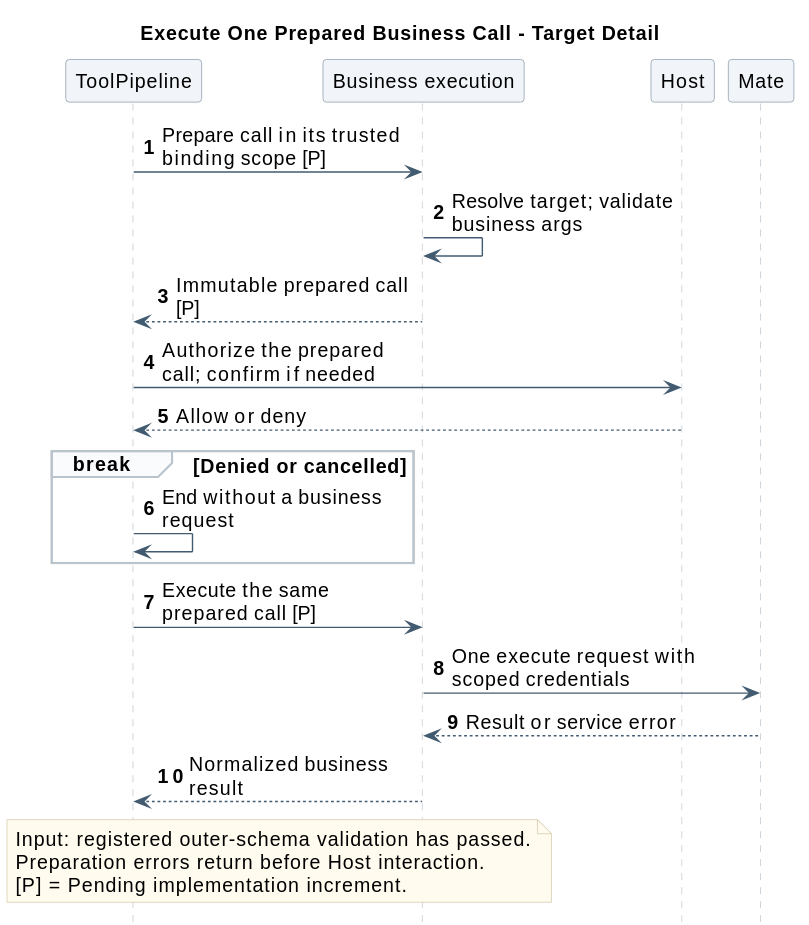
Above: 01-总体架构/02-CampusClaw工具系统/call_mate_tool_sequence.svg in ssm0808/pi-mono-java-design (PlantUML), before the change. The source it was exported from:
```plantuml
@startuml
skinparam backgroundColor white
skinparam defaultFontName SansSerif
skinparam defaultFontSize 14
skinparam shadowing false
skinparam sequenceMessageAlign left
skinparam maxMessageSize 180
skinparam sequenceArrowColor #425B70
skinparam sequenceLifeLineBorderColor #BAC4CC
skinparam sequenceParticipantBackgroundColor #F1F5F9
skinparam sequenceParticipantBorderColor #8496A4
skinparam sequenceGroupBackgroundColor #FAFBFC
skinparam sequenceGroupBorderColor #BAC4CC
skinparam noteBackgroundColor #FFFBEF
skinparam noteBorderColor #D2C6A5
hide footbox
autonumber

title Execute One Prepared Business Call - Target Detail
participant ToolPipeline as Pipeline
participant "Business execution" as Execution
participant Host
participant Mate
Pipeline -> Execution : Prepare call in its trusted binding scope [P]
Execution -> Execution : Resolve target; validate business args
Execution --> Pipeline : Immutable prepared call [P]
Pipeline -> Host : Authorize the prepared call; confirm if needed
Host --> Pipeline : Allow or deny
break Denied or cancelled
  Pipeline -> Pipeline : End without a business request
end
Pipeline -> Execution : Execute the same prepared call [P]
Execution -> Mate : One execute request with scoped credentials
Mate --> Execution : Result or service error
Execution --> Pipeline : Normalized business result
note over Pipeline,Execution
  Input: registered outer-schema validation has passed.
  Preparation errors return before Host interaction.
  [P] = Pending implementation increment.
end note
@enduml
```
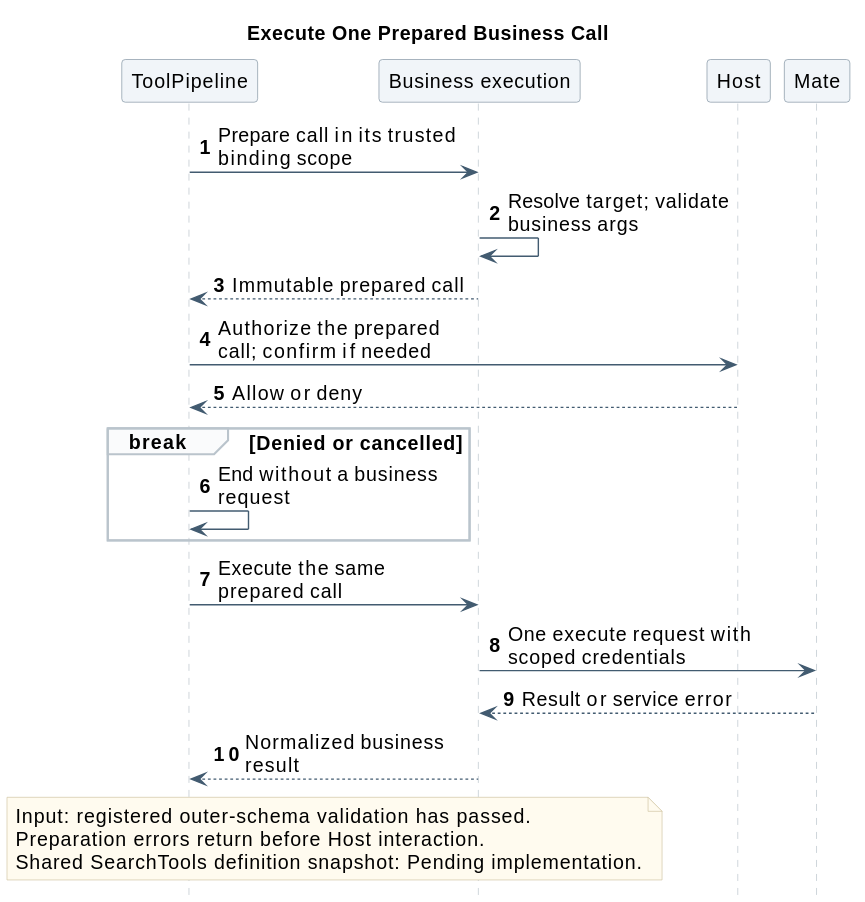
After the commit.

Diff of the diagram source:
```diff
@@ -16,26 +16,26 @@
 hide footbox
 autonumber
 
-title Execute One Prepared Business Call - Target Detail
+title Execute One Prepared Business Call
 participant ToolPipeline as Pipeline
 participant "Business execution" as Execution
 participant Host
 participant Mate
-Pipeline -> Execution : Prepare call in its trusted binding scope [P]
+Pipeline -> Execution : Prepare call in its trusted binding scope
 Execution -> Execution : Resolve target; validate business args
-Execution --> Pipeline : Immutable prepared call [P]
+Execution --> Pipeline : Immutable prepared call
 Pipeline -> Host : Authorize the prepared call; confirm if needed
 Host --> Pipeline : Allow or deny
 break Denied or cancelled
   Pipeline -> Pipeline : End without a business request
 end
-Pipeline -> Execution : Execute the same prepared call [P]
+Pipeline -> Execution : Execute the same prepared call
 Execution -> Mate : One execute request with scoped credentials
 Mate --> Execution : Result or service error
 Execution --> Pipeline : Normalized business result
 note over Pipeline,Execution
   Input: registered outer-schema validation has passed.
   Preparation errors return before Host interaction.
-  [P] = Pending implementation increment.
+  Shared SearchTools definition snapshot: Pending implementation.
 end note
 @enduml
```
